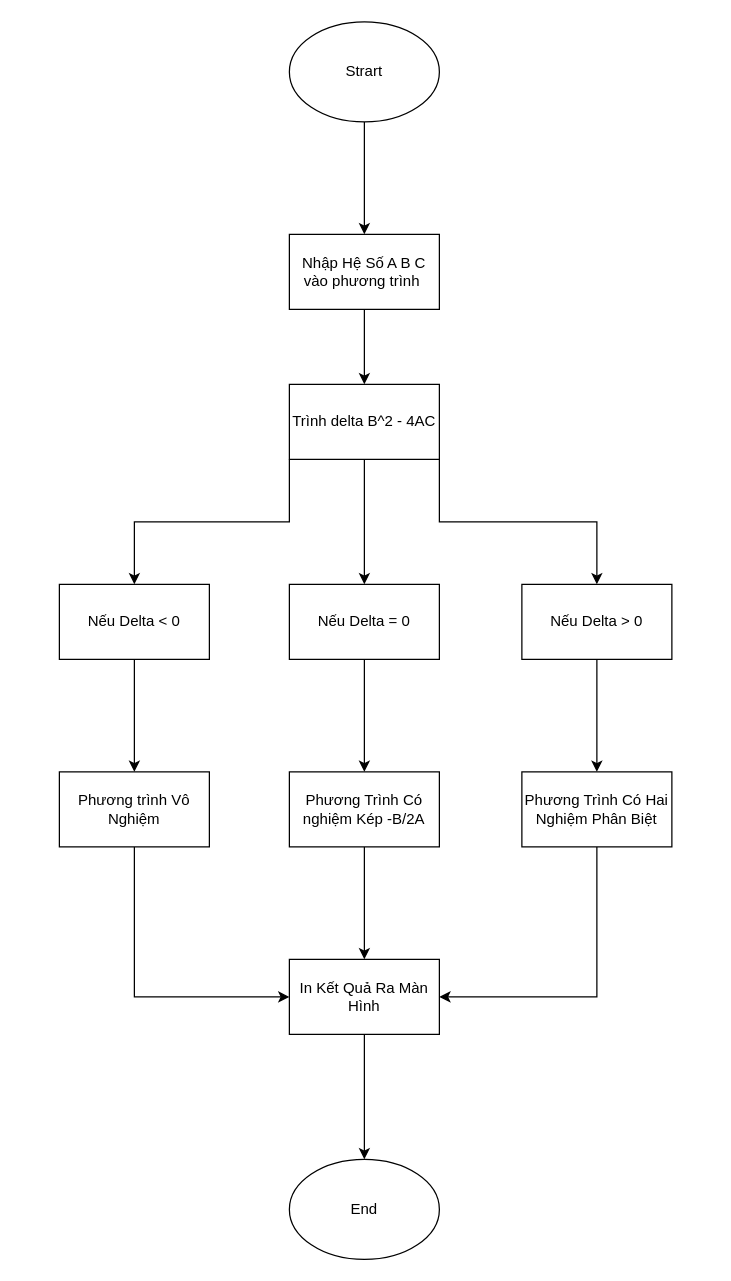
phamcongthanhvn2k6/draw.io keeps this draw.io diagram as phuongtrinbac2.drawio. Above is the earlier version. Source tidied: cells renumbered, new cells numbered last; positions are measured from the earlier drawing's top-left corner, leaving out a move shared by most shapes. Both pictures are drawn from the tidied source at 125%, with x=0, y=0 at pixel (59, 21).
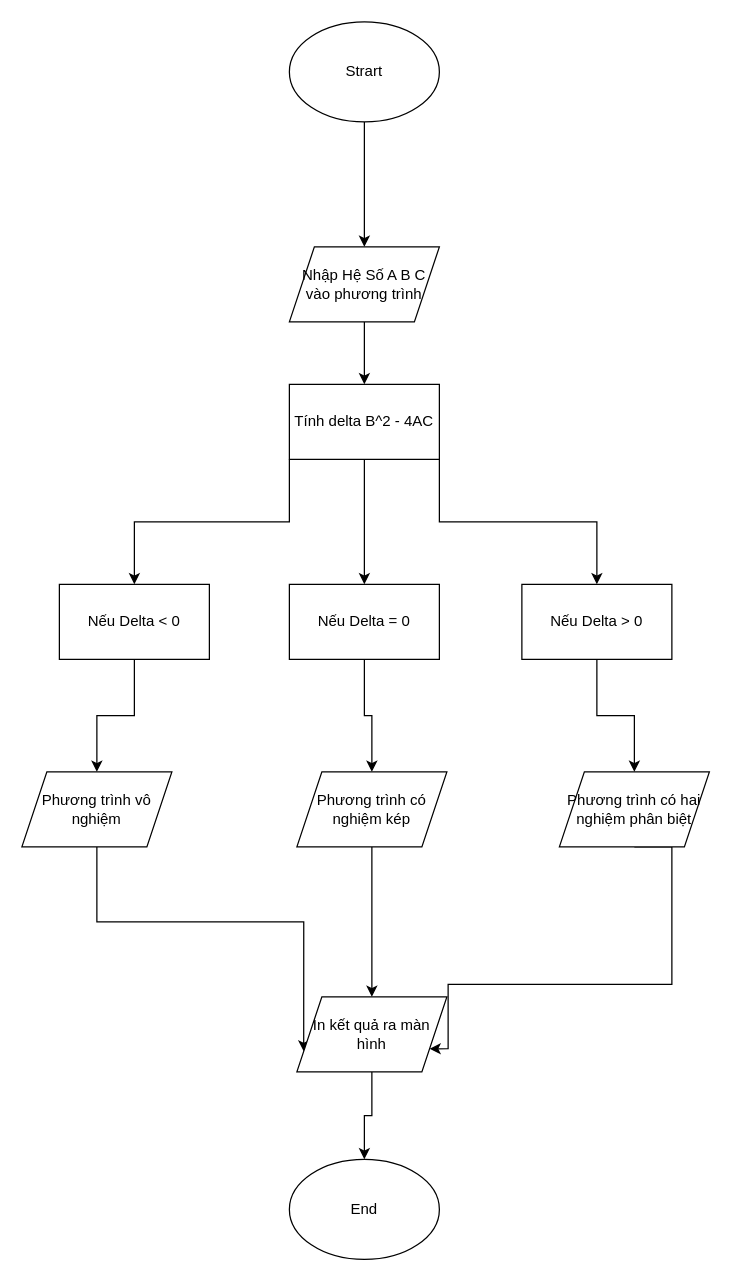
The same diagram, later.

Commit message:
Cập nhật phuongtrinbac2.drawio

Unchanged cells that the change refers to:
```xml
<mxCell id="3" value="Strart" style="ellipse;whiteSpace=wrap;html=1;" parent="1" vertex="1">
  <mxGeometry x="184" width="120" height="80" as="geometry" />
</mxCell>
<mxCell id="11" value="Nếu Delta = 0" style="rounded=0;whiteSpace=wrap;html=1;" parent="1" vertex="1">
  <mxGeometry x="184" y="450" width="120" height="60" as="geometry" />
</mxCell>
<mxCell id="13" value="Nếu Delta &amp;gt; 0" style="rounded=0;whiteSpace=wrap;html=1;" parent="1" vertex="1">
  <mxGeometry x="370" y="450" width="120" height="60" as="geometry" />
</mxCell>
<mxCell id="15" value="Nếu Delta &amp;lt; 0" style="rounded=0;whiteSpace=wrap;html=1;" parent="1" vertex="1">
  <mxGeometry y="450" width="120" height="60" as="geometry" />
</mxCell>
<mxCell id="24" value="End" style="ellipse;whiteSpace=wrap;html=1;" parent="1" vertex="1">
  <mxGeometry x="184" y="910" width="120" height="80" as="geometry" />
</mxCell>
```

What changed in the source:
```diff
@@
-    <mxCell id="2" style="edgeStyle=orthogonalEdgeStyle;rounded=0;jettySize=auto;html=1;" parent="1" edge="1" source="3" target="5">
+    <mxCell id="2" style="edgeStyle=orthogonalEdgeStyle;rounded=0;jettySize=auto;html=1;entryX=0.5;entryY=0;entryDx=0;entryDy=0;" parent="1" edge="1" source="3" target="5">
       <mxGeometry relative="1" as="geometry" />
     </mxCell>
@@
-    <mxCell id="5" value="Nhập Hệ Số A B C vào phương trình&amp;nbsp;" style="whiteSpace=wrap;html=1;" parent="1" vertex="1">
-      <mxGeometry x="184" y="170" width="120" height="60" as="geometry" />
-    </mxCell>
@@
-    <mxCell id="9" value="Trình delta B^2 - 4AC" style="rounded=0;whiteSpace=wrap;html=1;" parent="1" vertex="1">
+    <mxCell id="9" value="Tính delta B^2 - 4AC" style="rounded=0;whiteSpace=wrap;html=1;" parent="1" vertex="1">
       <mxGeometry x="184" y="290" width="120" height="60" as="geometry" />
     </mxCell>
-    <mxCell id="10" style="edgeStyle=orthogonalEdgeStyle;rounded=0;jettySize=auto;html=1;exitX=0.5;exitY=1;exitDx=0;exitDy=0;entryX=0.5;entryY=0;entryDx=0;entryDy=0;" parent="1" edge="1" source="11" target="19">
+    <mxCell id="10" style="edgeStyle=orthogonalEdgeStyle;rounded=0;jettySize=auto;html=1;exitX=0.5;exitY=1;exitDx=0;exitDy=0;entryX=0.5;entryY=0;entryDx=0;entryDy=0;" parent="1" edge="1" source="11" target="27">
       <mxGeometry relative="1" as="geometry" />
     </mxCell>
@@
-    <mxCell id="12" style="edgeStyle=orthogonalEdgeStyle;rounded=0;jettySize=auto;html=1;exitX=0.5;exitY=1;exitDx=0;exitDy=0;" parent="1" edge="1" source="13" target="21">
+    <mxCell id="12" style="edgeStyle=orthogonalEdgeStyle;rounded=0;jettySize=auto;html=1;exitX=0.5;exitY=1;exitDx=0;exitDy=0;entryX=0.5;entryY=0;entryDx=0;entryDy=0;" parent="1" edge="1" source="13" target="26">
       <mxGeometry relative="1" as="geometry" />
     </mxCell>
@@
-    <mxCell id="14" style="edgeStyle=orthogonalEdgeStyle;rounded=0;jettySize=auto;html=1;exitX=0.5;exitY=1;exitDx=0;exitDy=0;entryX=0.5;entryY=0;entryDx=0;entryDy=0;" parent="1" edge="1" source="15" target="17">
+    <mxCell id="14" style="edgeStyle=orthogonalEdgeStyle;rounded=0;jettySize=auto;html=1;exitX=0.5;exitY=1;exitDx=0;exitDy=0;entryX=0.5;entryY=0;entryDx=0;entryDy=0;" parent="1" edge="1" source="15" target="25">
       <mxGeometry relative="1" as="geometry" />
     </mxCell>
@@
-    <mxCell id="16" style="edgeStyle=orthogonalEdgeStyle;rounded=0;jettySize=auto;html=1;exitX=0.5;exitY=1;exitDx=0;exitDy=0;entryX=0;entryY=0.5;entryDx=0;entryDy=0;" parent="1" edge="1" source="17" target="23">
+    <mxCell id="16" style="edgeStyle=orthogonalEdgeStyle;rounded=0;jettySize=auto;html=1;exitX=0.5;exitY=1;exitDx=0;exitDy=0;entryX=0;entryY=0.75;entryDx=0;entryDy=0;" parent="1" edge="1" source="25" target="29">
       <mxGeometry relative="1" as="geometry" />
     </mxCell>
-    <mxCell id="17" value="Phương trình Vô Nghiệm" style="rounded=0;whiteSpace=wrap;html=1;" parent="1" vertex="1">
-      <mxGeometry y="600" width="120" height="60" as="geometry" />
-    </mxCell>
-    <mxCell id="18" style="edgeStyle=orthogonalEdgeStyle;rounded=0;jettySize=auto;html=1;exitX=0.5;exitY=1;exitDx=0;exitDy=0;entryX=0.5;entryY=0;entryDx=0;entryDy=0;" parent="1" edge="1" source="19" target="23">
+    <mxCell id="18" style="edgeStyle=orthogonalEdgeStyle;rounded=0;jettySize=auto;html=1;exitX=0.5;exitY=1;exitDx=0;exitDy=0;entryX=0.5;entryY=0;entryDx=0;entryDy=0;" parent="1" edge="1" source="27" target="29">
       <mxGeometry relative="1" as="geometry" />
     </mxCell>
-    <mxCell id="19" value="Phương Trình Có nghiệm Kép -B/2A" style="rounded=0;whiteSpace=wrap;html=1;" parent="1" vertex="1">
-      <mxGeometry x="184" y="600" width="120" height="60" as="geometry" />
-    </mxCell>
-    <mxCell id="20" style="edgeStyle=orthogonalEdgeStyle;rounded=0;jettySize=auto;html=1;exitX=0.5;exitY=1;exitDx=0;exitDy=0;entryX=1;entryY=0.5;entryDx=0;entryDy=0;" parent="1" edge="1" source="21" target="23">
-      <mxGeometry relative="1" as="geometry" />
+    <mxCell id="20" style="edgeStyle=orthogonalEdgeStyle;rounded=0;jettySize=auto;html=1;exitX=0.5;exitY=1;exitDx=0;exitDy=0;entryX=1;entryY=0.75;entryDx=0;entryDy=0;" parent="1" edge="1" source="26" target="29">
+      <mxGeometry relative="1" as="geometry">
+        <Array as="points">
+          <mxPoint x="490" y="770" />
+          <mxPoint x="311" y="770" />
+          <mxPoint x="311" y="822" />
+        </Array>
+      </mxGeometry>
     </mxCell>
-    <mxCell id="21" value="Phương Trình Có Hai Nghiệm Phân Biệt" style="rounded=0;whiteSpace=wrap;html=1;" parent="1" vertex="1">
-      <mxGeometry x="370" y="600" width="120" height="60" as="geometry" />
-    </mxCell>
-    <mxCell id="22" style="edgeStyle=orthogonalEdgeStyle;rounded=0;jettySize=auto;html=1;exitX=0.5;exitY=1;exitDx=0;exitDy=0;" parent="1" edge="1" source="23" target="24">
+    <mxCell id="22" style="edgeStyle=orthogonalEdgeStyle;rounded=0;jettySize=auto;html=1;exitX=0.5;exitY=1;exitDx=0;exitDy=0;" parent="1" edge="1" source="29" target="24">
       <mxGeometry relative="1" as="geometry" />
     </mxCell>
-    <mxCell id="23" value="In Kết Quả Ra Màn Hình" style="rounded=0;whiteSpace=wrap;html=1;" parent="1" vertex="1">
-      <mxGeometry x="184" y="750" width="120" height="60" as="geometry" />
-    </mxCell>
@@
+    <mxCell id="5" value="Nhập Hệ Số A B C vào phương trình" style="shape=parallelogram;perimeter=parallelogramPerimeter;whiteSpace=wrap;html=1;fixedSize=1;" parent="1" vertex="1">
+      <mxGeometry x="184" y="180" width="120" height="60" as="geometry" />
+    </mxCell>
+    <mxCell id="25" value="Phương trình vô nghiệm" style="shape=parallelogram;perimeter=parallelogramPerimeter;whiteSpace=wrap;html=1;fixedSize=1;" parent="1" vertex="1">
+      <mxGeometry x="-30" y="600" width="120" height="60" as="geometry" />
+    </mxCell>
+    <mxCell id="26" value="Phương trình có hai nghiệm phân biệt" style="shape=parallelogram;perimeter=parallelogramPerimeter;whiteSpace=wrap;html=1;fixedSize=1;" parent="1" vertex="1">
+      <mxGeometry x="400" y="600" width="120" height="60" as="geometry" />
+    </mxCell>
+    <mxCell id="27" value="Phương trình có nghiệm kép" style="shape=parallelogram;perimeter=parallelogramPerimeter;whiteSpace=wrap;html=1;fixedSize=1;" parent="1" vertex="1">
+      <mxGeometry x="190" y="600" width="120" height="60" as="geometry" />
+    </mxCell>
+    <mxCell id="28" style="edgeStyle=orthogonalEdgeStyle;rounded=0;jettySize=auto;html=1;exitX=0.5;exitY=1;exitDx=0;exitDy=0;" parent="1" edge="1" target="29">
+      <mxGeometry relative="1" as="geometry">
+        <mxPoint x="250" y="820" as="sourcePoint" />
+      </mxGeometry>
+    </mxCell>
+    <mxCell id="29" value="In kết quả ra màn hình" style="shape=parallelogram;perimeter=parallelogramPerimeter;whiteSpace=wrap;html=1;fixedSize=1;" parent="1" vertex="1">
+      <mxGeometry x="190" y="780" width="120" height="60" as="geometry" />
+    </mxCell>
```
